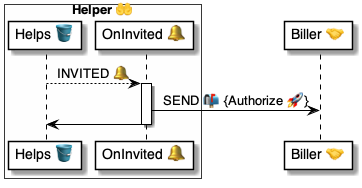
This is 4 ⚙️ Solution/45 🤲 Helper domains/$ Helpers 🤲/🤲🪣 Invites tables/Helps 🤲 table/🪣🔔 2 Trusted/🤲 OnHelperTrusted ⚙️ uml.png from pollyweb-org/pollyweb-docs, a PlantUML export, as it was before one commit. Its source is kept beside it as 4 ⚙️ Solution/45 🤲 Helper domains/$ Helpers 🤲/🤲🪣 Invites tables/Helps 🤲 table/🪣🔔 2 Trusted/🤲 OnHelperTrusted ⚙️ uml.puml. The source it was exported from:
```plantuml
@startuml 🤲 Helper.Helps

box "Helper 🤲" #FFFFFA
    participant "Helps 🪣" as table
    participant "OnInvited 🔔" as event
end box
participant "Biller 🤝" as biller


table --> event: INVITED 🔔
activate event
    event -> biller: SEND 📬 {Authorize 🚀}
    event -> table:
deactivate event

@enduml
```
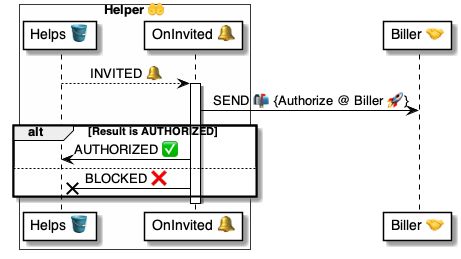
After the commit.

The edit, as a diff of the source:
```diff
@@ -9,8 +9,12 @@
 
 table --> event: INVITED 🔔
 activate event
-    event -> biller: SEND 📬 {Authorize 🚀}
-    event -> table:
+    event -> biller: SEND 📬 {Authorize @ Biller 🚀}
+    alt Result is AUTHORIZED
+        event -> table: AUTHORIZED ✅
+    else
+        event -x table: BLOCKED ❌
+    end alt
 deactivate event
 
 @enduml
```
